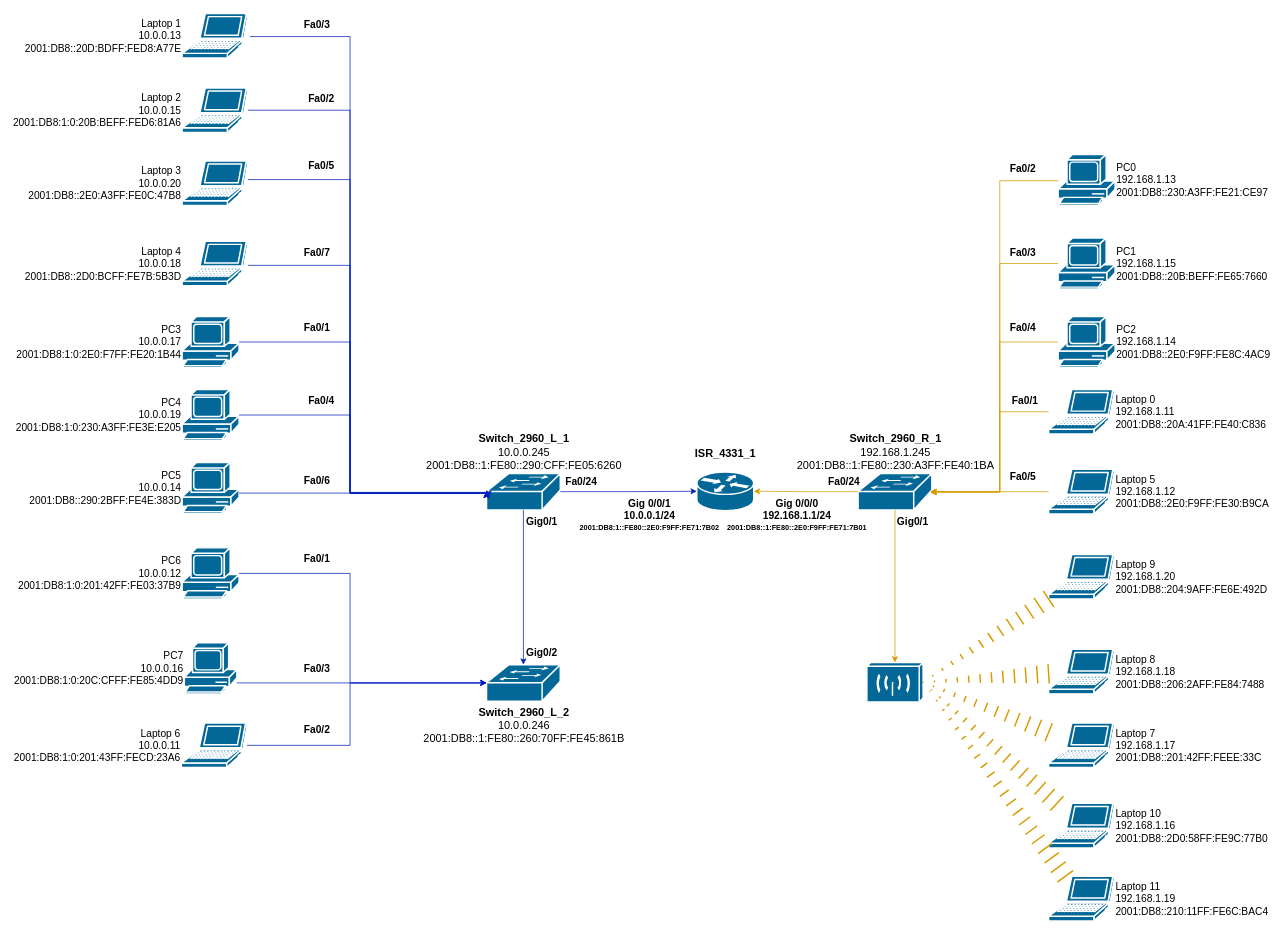
The draw.io diagram Topoligy.drawio in MijsBjornPXL/WPL1_Netwerkdocumentatie, before the edit. Source tidied: cells renumbered, new cells numbered last; positions are measured from the earlier drawing's top-left corner, leaving out a move shared by most shapes. Both pictures are drawn from the tidied source at 73%, with x=0, y=0 at pixel (181, 13).
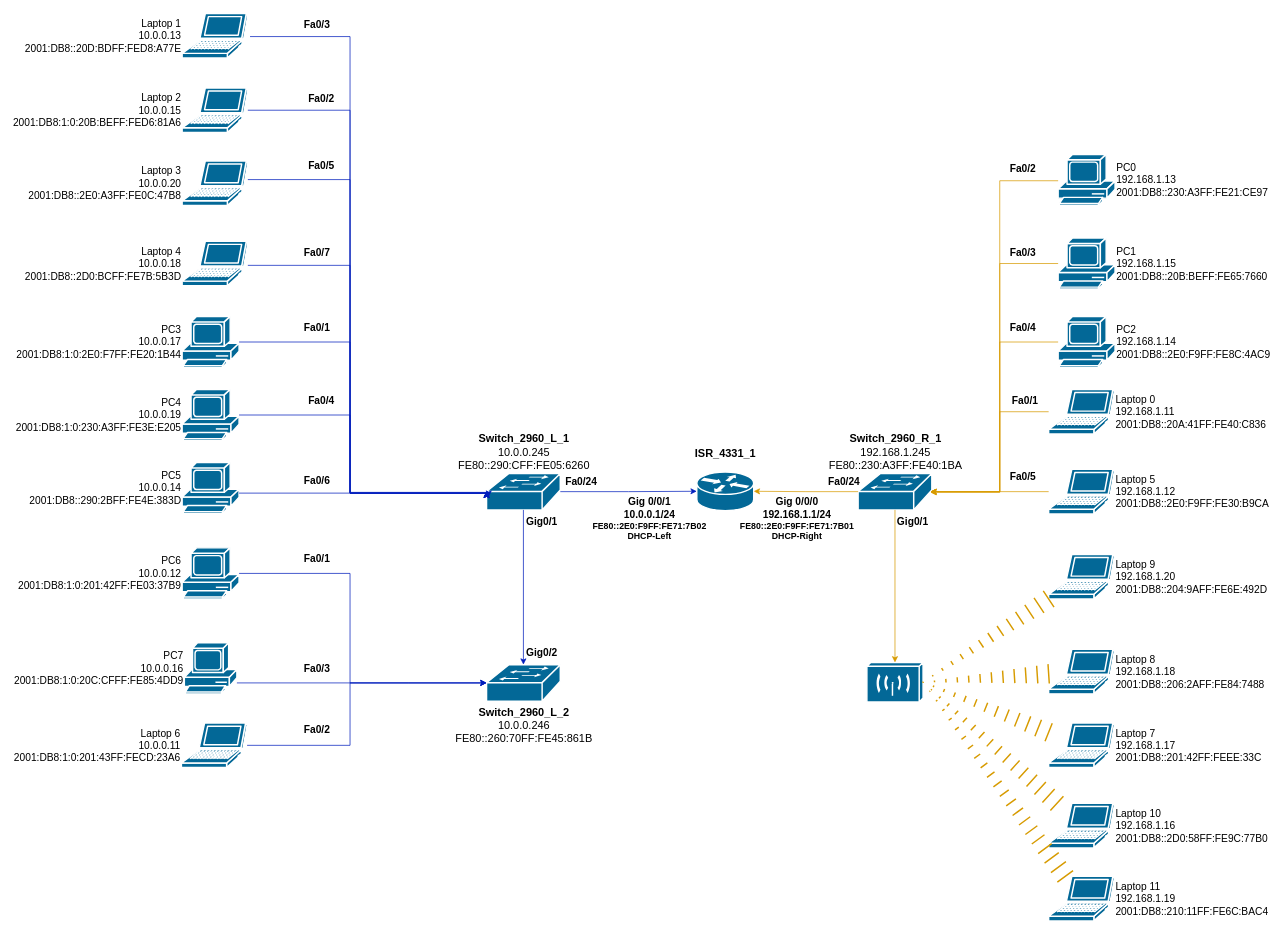
After the change.

The edit, as a diff of the source:
```diff
@@
-    <mxCell id="4" value="&lt;font style=&quot;font-size: 15px;&quot;&gt;Switch_2960_L_1&lt;/font&gt;&lt;div&gt;&lt;font style=&quot;font-size: 15px; font-weight: normal;&quot;&gt;10.0.0.245&lt;/font&gt;&lt;/div&gt;&lt;div&gt;&lt;font style=&quot;&quot;&gt;&lt;span style=&quot;font-size: 15px; font-weight: 400;&quot;&gt;2001:DB8::1:FE80::290:CFF:FE05:6260&lt;/span&gt;&lt;/font&gt;&lt;/div&gt;" style="shape=mxgraph.cisco.switches.workgroup_switch;sketch=0;html=1;dashed=0;fillColor=#036897;strokeColor=#ffffff;strokeWidth=2;verticalLabelPosition=top;verticalAlign=bottom;align=center;outlineConnect=0;labelPosition=center;fontStyle=1;" parent="1" vertex="1">
+    <mxCell id="4" value="&lt;font style=&quot;font-size: 15px;&quot;&gt;Switch_2960_L_1&lt;/font&gt;&lt;div&gt;&lt;font style=&quot;font-size: 15px; font-weight: normal;&quot;&gt;10.0.0.245&lt;/font&gt;&lt;/div&gt;&lt;div&gt;&lt;span style=&quot;font-size: 15px; font-weight: 400;&quot;&gt;FE80::290:CFF:FE05:6260&lt;/span&gt;&lt;/div&gt;" style="shape=mxgraph.cisco.switches.workgroup_switch;sketch=0;html=1;dashed=0;fillColor=#036897;strokeColor=#ffffff;strokeWidth=2;verticalLabelPosition=top;verticalAlign=bottom;align=center;outlineConnect=0;labelPosition=center;fontStyle=1;" parent="1" vertex="1">
       <mxGeometry x="418" y="630" width="101" height="50" as="geometry" />
     </mxCell>
-    <mxCell id="5" value="Switch_2960_R_1&lt;div&gt;&lt;span style=&quot;font-weight: normal;&quot;&gt;192.168.1.245&lt;/span&gt;&lt;/div&gt;&lt;div&gt;&lt;span style=&quot;font-size: 15px; font-weight: 400;&quot;&gt;2001:DB8::1:FE80::230:A3FF:FE40:1BA&lt;/span&gt;&lt;/div&gt;" style="shape=mxgraph.cisco.switches.workgroup_switch;sketch=0;html=1;dashed=0;fillColor=#036897;strokeColor=#ffffff;strokeWidth=2;verticalLabelPosition=top;verticalAlign=bottom;align=center;outlineConnect=0;fontSize=15;fontStyle=1;labelPosition=center;" parent="1" vertex="1">
+    <mxCell id="5" value="Switch_2960_R_1&lt;div&gt;&lt;span style=&quot;font-weight: normal;&quot;&gt;192.168.1.245&lt;/span&gt;&lt;/div&gt;&lt;div&gt;&lt;span style=&quot;font-size: 15px; font-weight: 400;&quot;&gt;FE80::230:A3FF:FE40:1BA&lt;/span&gt;&lt;/div&gt;" style="shape=mxgraph.cisco.switches.workgroup_switch;sketch=0;html=1;dashed=0;fillColor=#036897;strokeColor=#ffffff;strokeWidth=2;verticalLabelPosition=top;verticalAlign=bottom;align=center;outlineConnect=0;fontSize=15;fontStyle=1;labelPosition=center;" parent="1" vertex="1">
       <mxGeometry x="927" y="630" width="101" height="50" as="geometry" />
     </mxCell>
@@
-    <mxCell id="9" value="&lt;font style=&quot;font-size: 15px;&quot;&gt;&lt;b&gt;Switch_2960_L_2&lt;/b&gt;&lt;/font&gt;&lt;div&gt;&lt;font style=&quot;font-size: 15px;&quot;&gt;10.0.0.246&lt;b&gt;&lt;/b&gt;&lt;/font&gt;&lt;/div&gt;&lt;div&gt;&lt;font style=&quot;&quot;&gt;&lt;span style=&quot;font-size: 15px;&quot;&gt;2001:DB8::1:FE80::260:70FF:FE45:861B&lt;/span&gt;&lt;/font&gt;&lt;/div&gt;" style="shape=mxgraph.cisco.switches.workgroup_switch;sketch=0;html=1;dashed=0;fillColor=#036897;strokeColor=#ffffff;strokeWidth=2;verticalLabelPosition=bottom;verticalAlign=top;align=center;outlineConnect=0;" parent="1" vertex="1">
+    <mxCell id="9" value="&lt;font style=&quot;font-size: 15px;&quot;&gt;&lt;b&gt;Switch_2960_L_2&lt;/b&gt;&lt;/font&gt;&lt;div&gt;&lt;font style=&quot;font-size: 15px;&quot;&gt;10.0.0.246&lt;b&gt;&lt;/b&gt;&lt;/font&gt;&lt;/div&gt;&lt;div&gt;&lt;span style=&quot;font-size: 15px;&quot;&gt;FE80::260:70FF:FE45:861B&lt;/span&gt;&lt;/div&gt;" style="shape=mxgraph.cisco.switches.workgroup_switch;sketch=0;html=1;dashed=0;fillColor=#036897;strokeColor=#ffffff;strokeWidth=2;verticalLabelPosition=bottom;verticalAlign=top;align=center;outlineConnect=0;" parent="1" vertex="1">
       <mxGeometry x="418" y="892" width="101" height="50" as="geometry" />
     </mxCell>
@@
-    <mxCell id="51" value="&lt;font style=&quot;font-size: 14px;&quot;&gt;&lt;b&gt;Gig 0/0/1&lt;/b&gt;&lt;/font&gt;&lt;div&gt;&lt;font style=&quot;font-size: 14px;&quot;&gt;&lt;b&gt;10.0.0.1/24&lt;/b&gt;&lt;/font&gt;&lt;/div&gt;&lt;div&gt;&lt;font style=&quot;font-size: 10px;&quot;&gt;&lt;b style=&quot;&quot;&gt;2001:DB8:1::FE80::2E0:F9FF:FE71:7B02&lt;/b&gt;&lt;/font&gt;&lt;/div&gt;" style="text;strokeColor=none;align=center;fillColor=none;html=1;verticalAlign=middle;whiteSpace=wrap;rounded=0;" parent="1" vertex="1">
-      <mxGeometry x="578" y="662" width="127" height="50" as="geometry" />
+    <mxCell id="51" value="&lt;font style=&quot;font-size: 14px;&quot;&gt;&lt;b&gt;Gig 0/0/1&lt;/b&gt;&lt;/font&gt;&lt;div&gt;&lt;font style=&quot;font-size: 14px;&quot;&gt;&lt;b&gt;10.0.0.1/24&lt;/b&gt;&lt;/font&gt;&lt;/div&gt;&lt;div&gt;&lt;font&gt;&lt;b style=&quot;&quot;&gt;FE80::2E0:F9FF:FE71:7B02&lt;/b&gt;&lt;/font&gt;&lt;/div&gt;&lt;div&gt;&lt;b&gt;DHCP-Left&lt;/b&gt;&lt;/div&gt;" style="text;strokeColor=none;align=center;fillColor=none;html=1;verticalAlign=middle;whiteSpace=wrap;rounded=0;" parent="1" vertex="1">
+      <mxGeometry x="578" y="662" width="127" height="60" as="geometry" />
     </mxCell>
-    <mxCell id="52" value="&lt;font style=&quot;font-size: 14px;&quot;&gt;&lt;b&gt;Gig 0/0/0&lt;/b&gt;&lt;/font&gt;&lt;div&gt;&lt;font style=&quot;font-size: 14px;&quot;&gt;&lt;b&gt;192.168.1.1/24&lt;/b&gt;&lt;/font&gt;&lt;/div&gt;&lt;div&gt;&lt;font style=&quot;font-size: 10px;&quot;&gt;&lt;b style=&quot;&quot;&gt;2001:DB8::1:FE80::2E0:F9FF:FE71:7B01&lt;/b&gt;&lt;/font&gt;&lt;/div&gt;" style="text;strokeColor=none;align=center;fillColor=none;html=1;verticalAlign=middle;whiteSpace=wrap;rounded=0;" parent="1" vertex="1">
-      <mxGeometry x="792" y="662" width="103" height="50" as="geometry" />
+    <mxCell id="52" value="&lt;font style=&quot;font-size: 14px;&quot;&gt;&lt;b&gt;Gig 0/0/0&lt;/b&gt;&lt;/font&gt;&lt;div&gt;&lt;font style=&quot;font-size: 14px;&quot;&gt;&lt;b&gt;192.168.1.1/24&lt;/b&gt;&lt;/font&gt;&lt;/div&gt;&lt;div&gt;&lt;font&gt;&lt;b style=&quot;&quot;&gt;FE80::2E0:F9FF:FE71:7B01&lt;/b&gt;&lt;/font&gt;&lt;/div&gt;&lt;div&gt;&lt;b&gt;DHCP-Right&lt;/b&gt;&lt;/div&gt;" style="text;strokeColor=none;align=center;fillColor=none;html=1;verticalAlign=middle;whiteSpace=wrap;rounded=0;" parent="1" vertex="1">
+      <mxGeometry x="792" y="662" width="103" height="60" as="geometry" />
     </mxCell>
```
